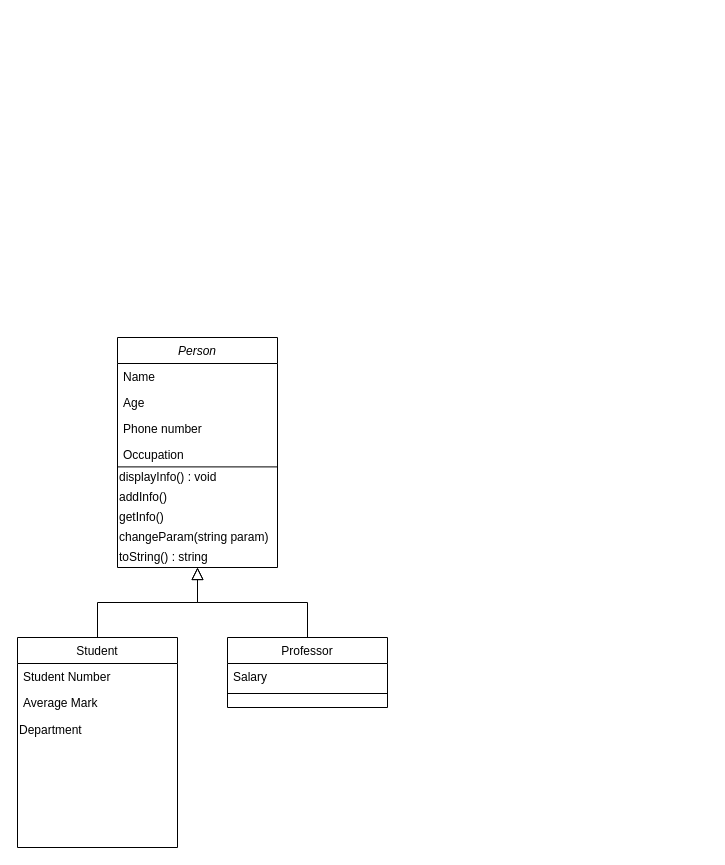
This is homework_cpp.drawio from avetodef/ict_cpp_course_3rd_year, a draw.io file, before an edit. Source tidied: cells renumbered, new cells numbered last; positions are measured from the earlier drawing's top-left corner, leaving out a move shared by most shapes. Both pictures are drawn from the tidied source at 100%, with x=0, y=0 at pixel (17, 337).
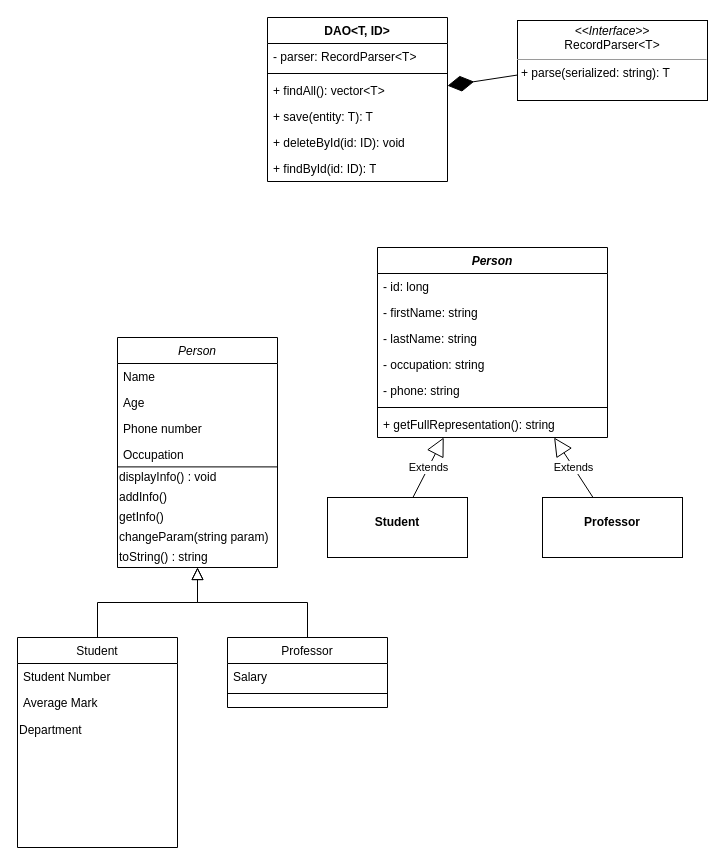
After the change.

Change to the diagram source:
```diff
@@
+    <mxCell id="22" value="&lt;i&gt;Person&lt;/i&gt;" style="swimlane;fontStyle=1;align=center;verticalAlign=top;horizontal=1;startSize=26;whiteSpace=wrap;html=1;" parent="1" vertex="1">
+      <mxGeometry x="360" y="-90" width="230" height="190" as="geometry" />
+    </mxCell>
+    <mxCell id="23" value="- id: long" style="text;strokeColor=none;fillColor=none;align=left;verticalAlign=top;spacingLeft=4;spacingRight=4;overflow=hidden;whiteSpace=wrap;html=1;" parent="22" vertex="1">
+      <mxGeometry y="26" width="230" height="26" as="geometry" />
+    </mxCell>
+    <mxCell id="24" value="- firstName: string" style="text;strokeColor=none;fillColor=none;align=left;verticalAlign=top;spacingLeft=4;spacingRight=4;overflow=hidden;whiteSpace=wrap;html=1;" parent="22" vertex="1">
+      <mxGeometry y="52" width="230" height="26" as="geometry" />
+    </mxCell>
+    <mxCell id="25" value="- lastName: string" style="text;strokeColor=none;fillColor=none;align=left;verticalAlign=top;spacingLeft=4;spacingRight=4;overflow=hidden;whiteSpace=wrap;html=1;" parent="22" vertex="1">
+      <mxGeometry y="78" width="230" height="26" as="geometry" />
+    </mxCell>
+    <mxCell id="26" value="- occupation: string" style="text;strokeColor=none;fillColor=none;align=left;verticalAlign=top;spacingLeft=4;spacingRight=4;overflow=hidden;whiteSpace=wrap;html=1;" parent="22" vertex="1">
+      <mxGeometry y="104" width="230" height="26" as="geometry" />
+    </mxCell>
+    <mxCell id="27" value="- phone: string" style="text;strokeColor=none;fillColor=none;align=left;verticalAlign=top;spacingLeft=4;spacingRight=4;overflow=hidden;whiteSpace=wrap;html=1;" parent="22" vertex="1">
+      <mxGeometry y="130" width="230" height="26" as="geometry" />
+    </mxCell>
+    <mxCell id="28" style="line;strokeWidth=1;fillColor=none;align=left;verticalAlign=middle;spacingTop=-1;spacingLeft=3;spacingRight=3;labelPosition=right;strokeColor=inherit;" parent="22" vertex="1">
+      <mxGeometry y="156" width="230" height="8" as="geometry" />
+    </mxCell>
+    <mxCell id="29" value="+ getFullRepresentation(): string" style="text;strokeColor=none;fillColor=none;align=left;verticalAlign=top;spacingLeft=4;spacingRight=4;overflow=hidden;whiteSpace=wrap;html=1;" parent="22" vertex="1">
+      <mxGeometry y="164" width="230" height="26" as="geometry" />
+    </mxCell>
+    <mxCell id="30" value="&lt;p style=&quot;margin:0px;margin-top:4px;text-align:center;&quot;&gt;&lt;i&gt;&amp;lt;&amp;lt;Interface&amp;gt;&amp;gt;&lt;/i&gt;&lt;br&gt;RecordParser&amp;lt;T&amp;gt;&lt;/p&gt;&lt;hr size=&quot;1&quot;&gt;&lt;p style=&quot;margin:0px;margin-left:4px;&quot;&gt;+ parse(serialized: string): T&lt;/p&gt;" style="verticalAlign=top;align=left;overflow=fill;fontSize=12;fontFamily=Helvetica;html=1;whiteSpace=wrap;" parent="1" vertex="1">
+      <mxGeometry x="500" y="-317" width="190" height="80" as="geometry" />
+    </mxCell>
+    <mxCell id="31" value="DAO&amp;lt;T, ID&amp;gt;" style="swimlane;fontStyle=1;align=center;verticalAlign=top;horizontal=1;startSize=26;whiteSpace=wrap;html=1;" parent="1" vertex="1">
+      <mxGeometry x="250" y="-320" width="180" height="164" as="geometry" />
+    </mxCell>
+    <mxCell id="32" value="- parser: RecordParser&amp;lt;T&amp;gt;" style="text;strokeColor=none;fillColor=none;align=left;verticalAlign=top;spacingLeft=4;spacingRight=4;overflow=hidden;whiteSpace=wrap;html=1;" parent="31" vertex="1">
+      <mxGeometry y="26" width="180" height="26" as="geometry" />
+    </mxCell>
+    <mxCell id="33" style="line;strokeWidth=1;fillColor=none;align=left;verticalAlign=middle;spacingTop=-1;spacingLeft=3;spacingRight=3;labelPosition=right;strokeColor=inherit;" parent="31" vertex="1">
+      <mxGeometry y="52" width="180" height="8" as="geometry" />
+    </mxCell>
+    <mxCell id="34" value="+ findAll(): vector&amp;lt;T&amp;gt;" style="text;strokeColor=none;fillColor=none;align=left;verticalAlign=top;spacingLeft=4;spacingRight=4;overflow=hidden;whiteSpace=wrap;html=1;" parent="31" vertex="1">
+      <mxGeometry y="60" width="180" height="26" as="geometry" />
+    </mxCell>
+    <mxCell id="35" value="+ save(entity: T): T" style="text;strokeColor=none;fillColor=none;align=left;verticalAlign=top;spacingLeft=4;spacingRight=4;overflow=hidden;whiteSpace=wrap;html=1;" parent="31" vertex="1">
+      <mxGeometry y="86" width="180" height="26" as="geometry" />
+    </mxCell>
+    <mxCell id="36" value="+ deleteById(id: ID): void" style="text;strokeColor=none;fillColor=none;align=left;verticalAlign=top;spacingLeft=4;spacingRight=4;overflow=hidden;whiteSpace=wrap;html=1;" parent="31" vertex="1">
+      <mxGeometry y="112" width="180" height="26" as="geometry" />
+    </mxCell>
+    <mxCell id="37" value="+ findById(id: ID): T" style="text;strokeColor=none;fillColor=none;align=left;verticalAlign=top;spacingLeft=4;spacingRight=4;overflow=hidden;whiteSpace=wrap;html=1;" parent="31" vertex="1">
+      <mxGeometry y="138" width="180" height="26" as="geometry" />
+    </mxCell>
+    <mxCell id="38" style="endArrow=diamondThin;endFill=1;endSize=24;html=1;rounded=0;" parent="1" edge="1" source="30" target="31">
+      <mxGeometry relative="1" as="geometry" />
+    </mxCell>
+    <mxCell id="39" value="&lt;p style=&quot;margin:0px;margin-top:4px;text-align:center;&quot;&gt;&lt;br&gt;&lt;b&gt;Student&lt;/b&gt;&lt;/p&gt;" style="verticalAlign=top;align=left;overflow=fill;fontSize=12;fontFamily=Helvetica;html=1;whiteSpace=wrap;" parent="1" vertex="1">
+      <mxGeometry x="310" y="160" width="140" height="60" as="geometry" />
+    </mxCell>
+    <mxCell id="40" value="&lt;p style=&quot;margin:0px;margin-top:4px;text-align:center;&quot;&gt;&lt;br&gt;&lt;b&gt;Professor&lt;/b&gt;&lt;/p&gt;" style="verticalAlign=top;align=left;overflow=fill;fontSize=12;fontFamily=Helvetica;html=1;whiteSpace=wrap;" parent="1" vertex="1">
+      <mxGeometry x="525" y="160" width="140" height="60" as="geometry" />
+    </mxCell>
+    <mxCell id="41" value="Extends" style="endArrow=block;endSize=16;endFill=0;html=1;rounded=0;" parent="1" edge="1" source="39" target="22">
+      <mxGeometry relative="1" as="geometry" />
+    </mxCell>
+    <mxCell id="42" value="Extends" style="endArrow=block;endSize=16;endFill=0;html=1;rounded=0;" parent="1" edge="1" source="40" target="22">
+      <mxGeometry relative="1" as="geometry" />
+    </mxCell>
```
